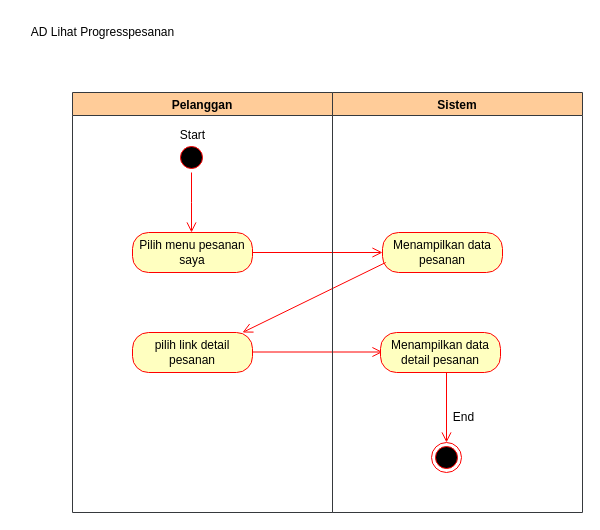
Above: page "AD lihat progress pesanan" (14 of 35) of Revisi 2/diagram/diagram.drawio in Maratussholikha11/TUGAS-AKHIR-MAR2 (draw.io), before the change. Source tidied: cells renumbered, new cells numbered last; positions are measured from the earlier drawing's top-left corner, leaving out a move shared by most shapes. Both pictures are drawn from the tidied source at 100%, with x=0, y=0 at pixel (17, 17).
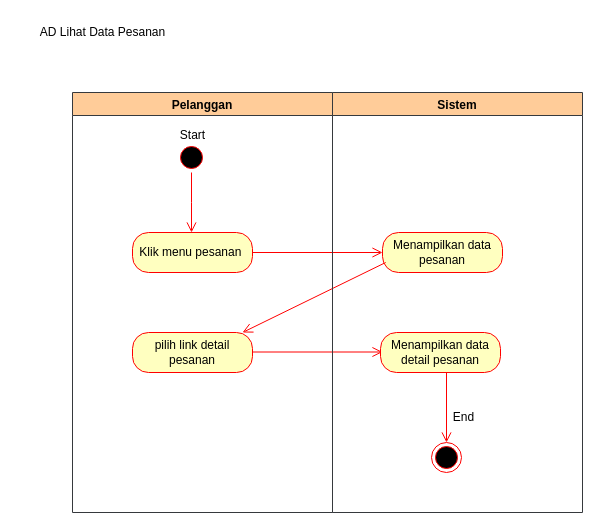
After the change.

Unchanged cells that the change refers to:
```xml
<mxCell id="6" value="Pelanggan" style="swimlane;fillColor=#ffcc99;strokeColor=#36393d;" parent="1" vertex="1">
  <mxGeometry x="55" y="75" width="260" height="420" as="geometry" />
</mxCell>
```

What changed in the source:
```diff
@@
-    <mxCell id="7" value="Pilih menu pesanan saya" style="rounded=1;whiteSpace=wrap;html=1;arcSize=40;fontColor=#000000;fillColor=#ffffc0;strokeColor=#ff0000;" parent="6" vertex="1">
+    <mxCell id="7" value="Klik menu pesanan&amp;nbsp;" style="rounded=1;whiteSpace=wrap;html=1;arcSize=40;fontColor=#000000;fillColor=#ffffc0;strokeColor=#ff0000;" parent="6" vertex="1">
       <mxGeometry x="60" y="140" width="120" height="40" as="geometry" />
     </mxCell>
@@
-    <mxCell id="17" value="AD Lihat Progresspesanan" style="text;html=1;align=center;verticalAlign=middle;strokeColor=none;fillColor=none;" parent="1" vertex="1">
-      <mxGeometry width="170" height="30" as="geometry" />
+    <mxCell id="17" value="AD Lihat Data Pesanan" style="text;html=1;align=center;verticalAlign=middle;strokeColor=none;fillColor=none;" parent="1" vertex="1">
+      <mxGeometry x="10" width="150" height="30" as="geometry" />
     </mxCell>
```
